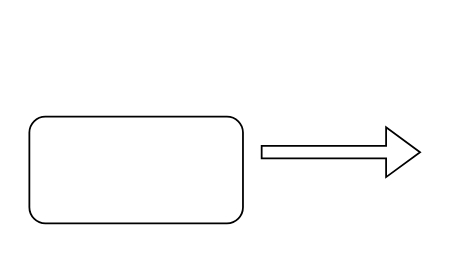
Above: Untitled Diagram.drawio in 20160920/draw-picture (draw.io), before the change. Source tidied: cells renumbered, new cells numbered last; positions are measured from the earlier drawing's top-left corner, leaving out a move shared by most shapes. Both pictures are drawn from the tidied source at 178%, with x=0, y=0 at pixel (28, 116).
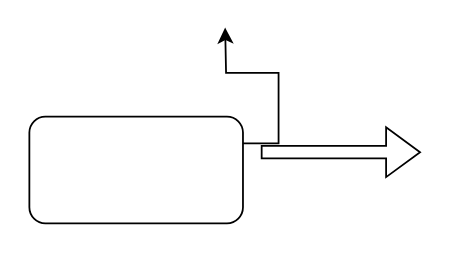
The same page after the edit.

Change to the diagram source:
```diff
@@
 <mxGraphModel>
   <root>
     <mxCell id="0" />
     <mxCell id="1" parent="0" />
+    <mxCell id="4" style="edgeStyle=orthogonalEdgeStyle;rounded=0;jettySize=auto;html=1;exitX=1;exitY=0.25;exitDx=0;exitDy=0;" parent="1" edge="1" source="2">
+      <mxGeometry relative="1" as="geometry">
+        <mxPoint x="110" y="-50" as="targetPoint" />
+      </mxGeometry>
+    </mxCell>
     <mxCell id="2" style="rounded=1;whiteSpace=wrap;html=1;" parent="1" vertex="1">
       <mxGeometry width="120" height="60" as="geometry" />
     </mxCell>
     <mxCell id="3" style="shape=flexArrow;endArrow=classic;html=1;rounded=0;width=7;endSize=6.03;" parent="1" edge="1">
       <mxGeometry relative="1" as="geometry">
         <mxPoint x="130" y="20" as="sourcePoint" />
         <mxPoint x="220" y="20" as="targetPoint" />
       </mxGeometry>
     </mxCell>
   </root>
 </mxGraphModel>
```
